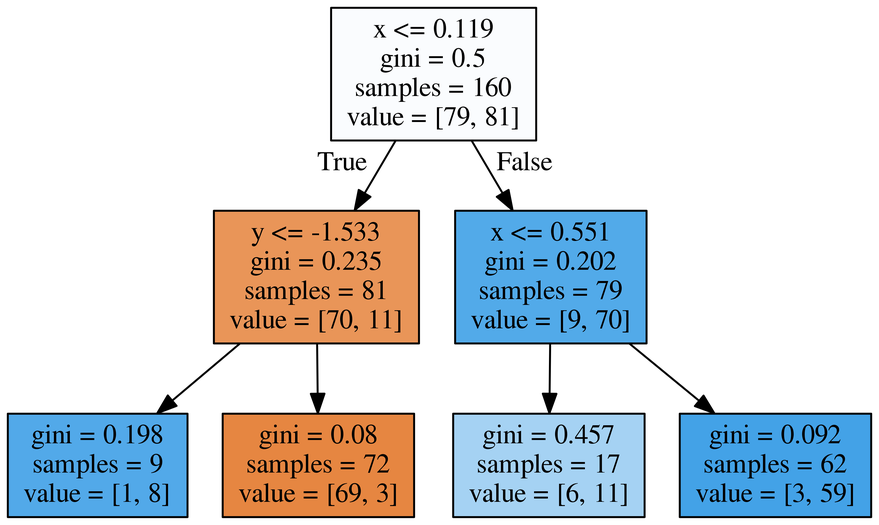
Earlier version of the Graphviz export BDT/single_dt1.png (denglert/machine-learning-sandbox). Its source is kept beside it as BDT/single_dt1.dot. Source of this version:
```dot
digraph Tree {
node [shape=box, style="filled", color="black"] ;
0 [label="x <= 0.119\ngini = 0.5\nsamples = 160\nvalue = [79, 81]", fillcolor="#399de506"] ;
1 [label="y <= -1.533\ngini = 0.235\nsamples = 81\nvalue = [70, 11]", fillcolor="#e58139d7"] ;
0 -> 1 [labeldistance=2.5, labelangle=45, headlabel="True"] ;
2 [label="gini = 0.198\nsamples = 9\nvalue = [1, 8]", fillcolor="#399de5df"] ;
1 -> 2 ;
3 [label="gini = 0.08\nsamples = 72\nvalue = [69, 3]", fillcolor="#e58139f4"] ;
1 -> 3 ;
4 [label="x <= 0.551\ngini = 0.202\nsamples = 79\nvalue = [9, 70]", fillcolor="#399de5de"] ;
0 -> 4 [labeldistance=2.5, labelangle=-45, headlabel="False"] ;
5 [label="gini = 0.457\nsamples = 17\nvalue = [6, 11]", fillcolor="#399de574"] ;
4 -> 5 ;
6 [label="gini = 0.092\nsamples = 62\nvalue = [3, 59]", fillcolor="#399de5f2"] ;
4 -> 6 ;
}
```
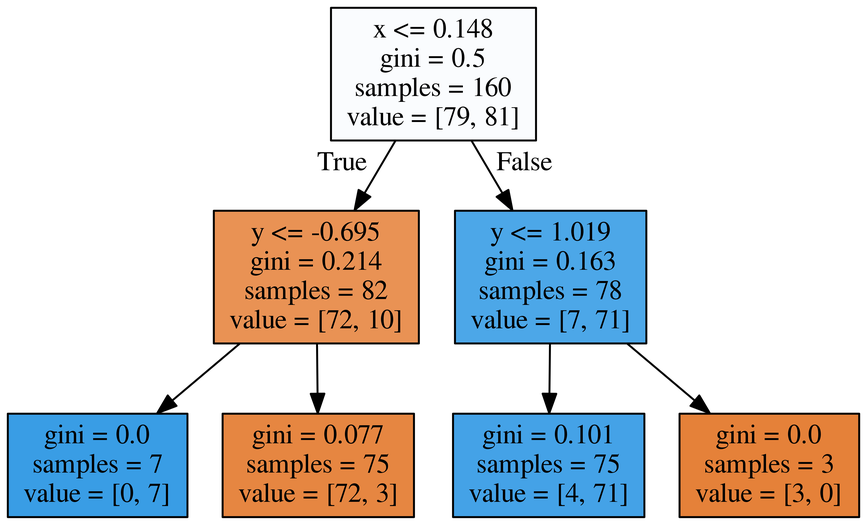
The same file after the commit.

The edit, as a diff of the source:
```diff
@@ -1,16 +1,16 @@
 digraph Tree {
 node [shape=box, style="filled", color="black"] ;
-0 [label="x <= 0.119\ngini = 0.5\nsamples = 160\nvalue = [79, 81]", fillcolor="#399de506"] ;
-1 [label="y <= -1.533\ngini = 0.235\nsamples = 81\nvalue = [70, 11]", fillcolor="#e58139d7"] ;
+0 [label="x <= 0.148\ngini = 0.5\nsamples = 160\nvalue = [79, 81]", fillcolor="#399de506"] ;
+1 [label="y <= -0.695\ngini = 0.214\nsamples = 82\nvalue = [72, 10]", fillcolor="#e58139dc"] ;
 0 -> 1 [labeldistance=2.5, labelangle=45, headlabel="True"] ;
-2 [label="gini = 0.198\nsamples = 9\nvalue = [1, 8]", fillcolor="#399de5df"] ;
+2 [label="gini = 0.0\nsamples = 7\nvalue = [0, 7]", fillcolor="#399de5ff"] ;
 1 -> 2 ;
-3 [label="gini = 0.08\nsamples = 72\nvalue = [69, 3]", fillcolor="#e58139f4"] ;
+3 [label="gini = 0.077\nsamples = 75\nvalue = [72, 3]", fillcolor="#e58139f4"] ;
 1 -> 3 ;
-4 [label="x <= 0.551\ngini = 0.202\nsamples = 79\nvalue = [9, 70]", fillcolor="#399de5de"] ;
+4 [label="y <= 1.019\ngini = 0.163\nsamples = 78\nvalue = [7, 71]", fillcolor="#399de5e6"] ;
 0 -> 4 [labeldistance=2.5, labelangle=-45, headlabel="False"] ;
-5 [label="gini = 0.457\nsamples = 17\nvalue = [6, 11]", fillcolor="#399de574"] ;
+5 [label="gini = 0.101\nsamples = 75\nvalue = [4, 71]", fillcolor="#399de5f1"] ;
 4 -> 5 ;
-6 [label="gini = 0.092\nsamples = 62\nvalue = [3, 59]", fillcolor="#399de5f2"] ;
+6 [label="gini = 0.0\nsamples = 3\nvalue = [3, 0]", fillcolor="#e58139ff"] ;
 4 -> 6 ;
 }
```
